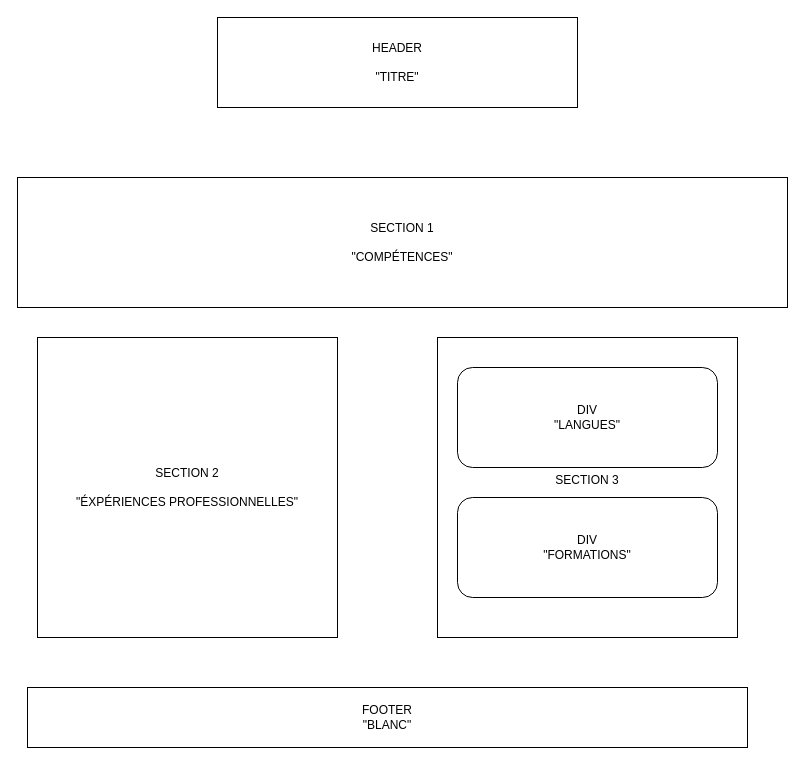
Earlier version of the draw.io diagram Patrick_CV.drawio (pvavrina/realise). Source tidied: cells renumbered, new cells numbered last; positions are measured from the earlier drawing's top-left corner, leaving out a move shared by most shapes. Both pictures are drawn from the tidied source at 100%, with x=0, y=0 at pixel (17, 17).
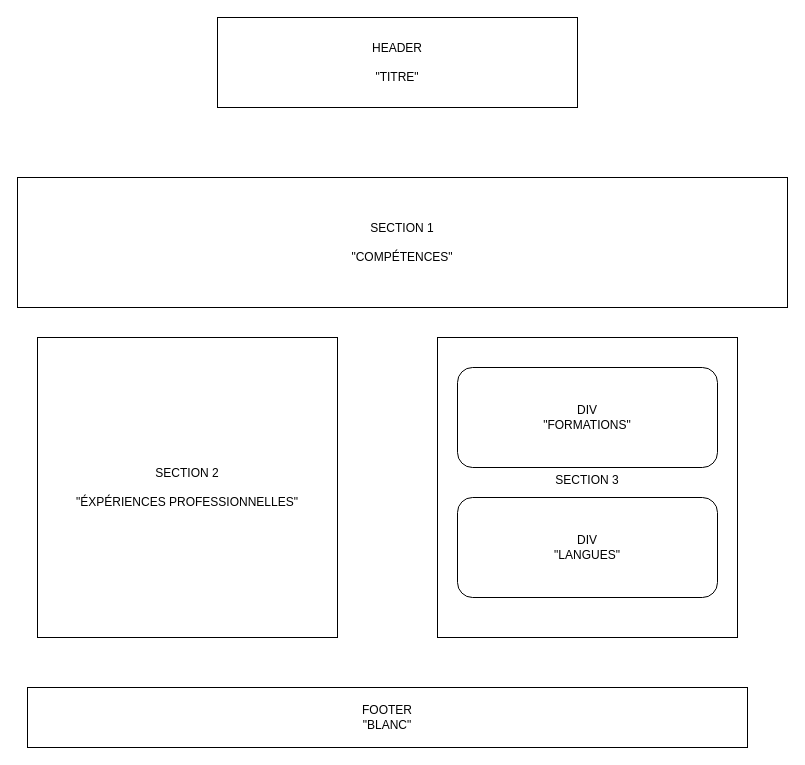
The same page after the edit.

Change to the diagram source:
```diff
@@
 <mxGraphModel>
   <root>
     <mxCell id="0" />
     <mxCell id="1" parent="0" />
     <mxCell id="2" value="HEADER&lt;br&gt;&lt;br&gt;&quot;TITRE&quot;" style="rounded=0;whiteSpace=wrap;html=1;" parent="1" vertex="1">
       <mxGeometry x="200" width="360" height="90" as="geometry" />
     </mxCell>
     <mxCell id="3" value="SECTION 1&lt;br&gt;&lt;br&gt;&quot;COMPÉTENCES&quot;" style="rounded=0;whiteSpace=wrap;html=1;" parent="1" vertex="1">
       <mxGeometry y="160" width="770" height="130" as="geometry" />
     </mxCell>
     <mxCell id="4" value="SECTION 2&lt;br&gt;&lt;br&gt;&quot;ÉXPÉRIENCES PROFESSIONNELLES&quot;" style="whiteSpace=wrap;html=1;" parent="1" vertex="1">
       <mxGeometry x="20" y="320" width="300" height="300" as="geometry" />
     </mxCell>
     <mxCell id="5" value="SECTION 3&lt;br&gt;&lt;br&gt;" style="whiteSpace=wrap;html=1;" parent="1" vertex="1">
       <mxGeometry x="420" y="320" width="300" height="300" as="geometry" />
     </mxCell>
-    <mxCell id="6" value="DIV&lt;br&gt;&quot;LANGUES&quot;" style="rounded=1;whiteSpace=wrap;html=1;" parent="1" vertex="1">
+    <mxCell id="6" value="DIV&lt;br&gt;&quot;FORMATIONS&quot;" style="rounded=1;whiteSpace=wrap;html=1;" parent="1" vertex="1">
       <mxGeometry x="440" y="350" width="260" height="100" as="geometry" />
     </mxCell>
-    <mxCell id="7" value="DIV&lt;br&gt;&quot;FORMATIONS&quot;" style="rounded=1;whiteSpace=wrap;html=1;" parent="1" vertex="1">
+    <mxCell id="7" value="DIV&lt;br&gt;&quot;LANGUES&quot;" style="rounded=1;whiteSpace=wrap;html=1;" parent="1" vertex="1">
       <mxGeometry x="440" y="480" width="260" height="100" as="geometry" />
     </mxCell>
     <mxCell id="8" value="FOOTER&lt;br&gt;&quot;BLANC&quot;" style="rounded=0;whiteSpace=wrap;html=1;" parent="1" vertex="1">
       <mxGeometry x="10" y="670" width="720" height="60" as="geometry" />
     </mxCell>
   </root>
 </mxGraphModel>
```
